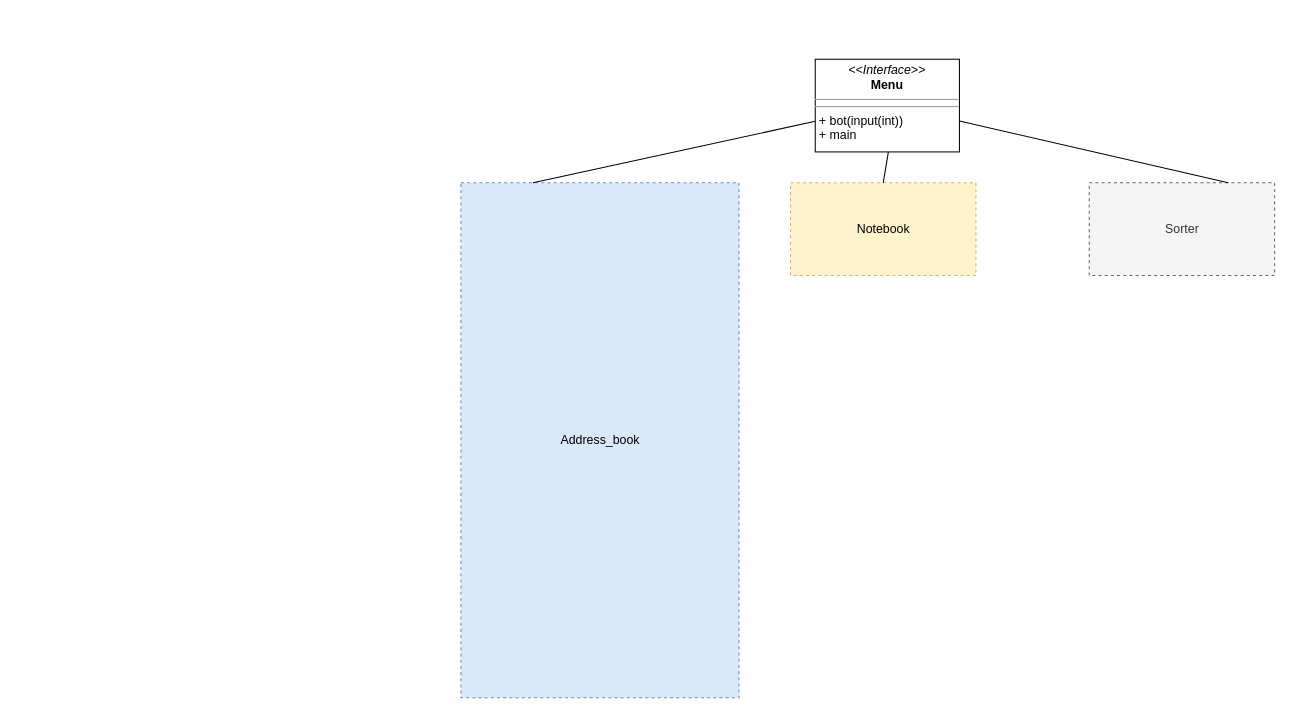
This is Диаграмма без названия.drawio from shevtania/Project, a draw.io file, before an edit. Source tidied: cells renumbered, new cells numbered last; positions are measured from the earlier drawing's top-left corner, leaving out a move shared by most shapes. Both pictures are drawn from the tidied source at 103%, with x=0, y=0 at pixel (460, 59).
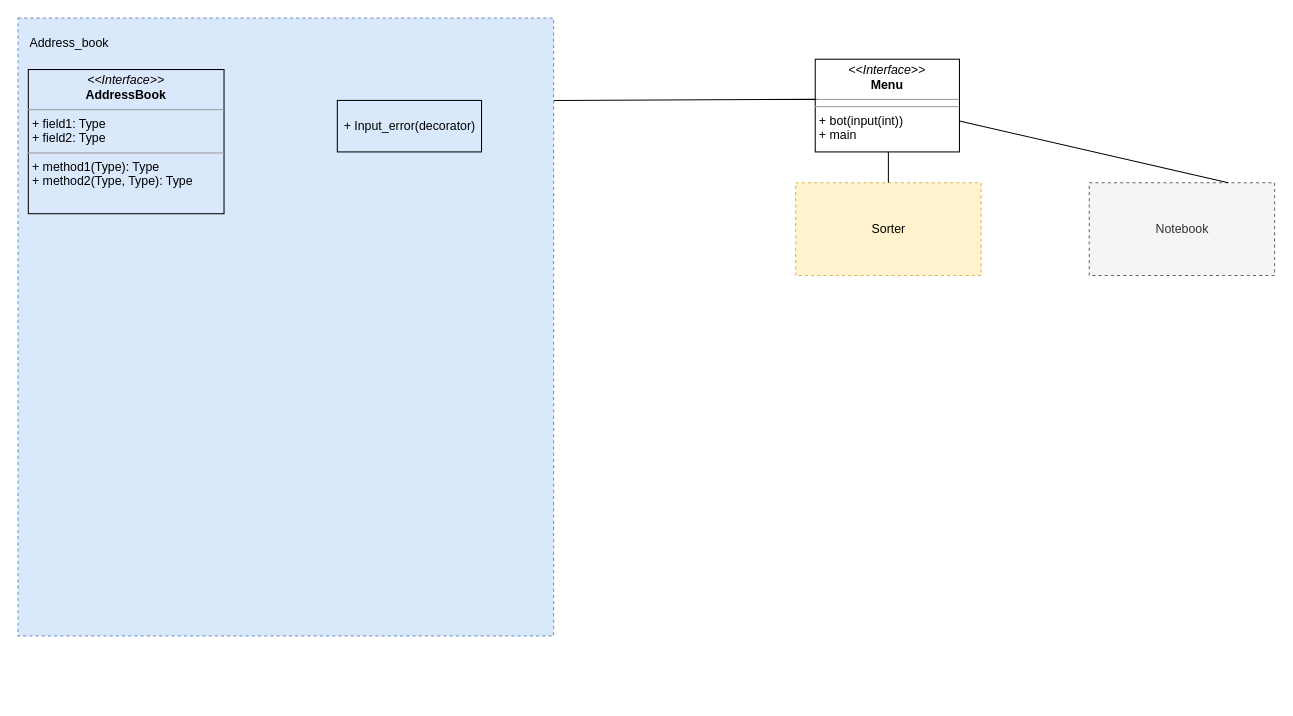
After the change.

The edit, as a diff of the source:
```diff
@@
 <mxGraphModel>
   <root>
     <mxCell id="0" />
     <mxCell id="1" parent="0" />
     <mxCell id="2" value="&lt;p style=&quot;margin:0px;margin-top:4px;text-align:center;&quot;&gt;&lt;i&gt;&amp;lt;&amp;lt;Interface&amp;gt;&amp;gt;&lt;/i&gt;&lt;br&gt;&lt;b&gt;Menu&lt;/b&gt;&lt;br&gt;&lt;/p&gt;&lt;hr size=&quot;1&quot;&gt;&lt;hr size=&quot;1&quot;&gt;&lt;p style=&quot;margin:0px;margin-left:4px;&quot;&gt;+ bot(input(int))&lt;br&gt;+ main&lt;br&gt;&lt;/p&gt;" style="verticalAlign=top;align=left;overflow=fill;fontSize=12;fontFamily=Helvetica;html=1;" parent="1" vertex="1">
       <mxGeometry x="344" width="140" height="90" as="geometry" />
     </mxCell>
-    <mxCell id="3" value="Address_book" style="html=1;dashed=1;fillColor=#dae8fc;strokeColor=#6c8ebf;" parent="1" vertex="1">
-      <mxGeometry y="120" width="270" height="500" as="geometry" />
-    </mxCell>
-    <mxCell id="4" value="Notebook" style="html=1;dashed=1;fillColor=#fff2cc;strokeColor=#d6b656;" parent="1" vertex="1">
-      <mxGeometry x="320" y="120" width="180" height="90" as="geometry" />
+    <mxCell id="4" value="Sorter" style="html=1;dashed=1;fillColor=#fff2cc;strokeColor=#d6b656;" parent="1" vertex="1">
+      <mxGeometry x="325" y="120" width="180" height="90" as="geometry" />
     </mxCell>
-    <mxCell id="5" value="Sorter" style="html=1;dashed=1;fillColor=#f5f5f5;fontColor=#333333;strokeColor=#666666;" parent="1" vertex="1">
+    <mxCell id="5" value="Notebook" style="html=1;dashed=1;fillColor=#f5f5f5;fontColor=#333333;strokeColor=#666666;" parent="1" vertex="1">
       <mxGeometry x="610" y="120" width="180" height="90" as="geometry" />
     </mxCell>
     <mxCell id="6" style="endArrow=none;html=1;rounded=0;exitX=0.5;exitY=0;exitDx=0;exitDy=0;" parent="1" edge="1" source="4">
       <mxGeometry relative="1" as="geometry">
         <mxPoint x="415" y="90" as="targetPoint" />
       </mxGeometry>
     </mxCell>
-    <mxCell id="7" style="endArrow=none;html=1;rounded=0;" parent="1" edge="1" target="2">
+    <mxCell id="7" style="endArrow=none;html=1;rounded=0;entryX=0.007;entryY=0.433;entryDx=0;entryDy=0;entryPerimeter=0;" parent="1" edge="1" target="2">
       <mxGeometry relative="1" as="geometry">
-        <mxPoint x="70" y="120" as="sourcePoint" />
+        <mxPoint x="90" y="40" as="sourcePoint" />
       </mxGeometry>
     </mxCell>
     <mxCell id="8" style="endArrow=none;html=1;rounded=0;entryX=0.75;entryY=0;entryDx=0;entryDy=0;" parent="1" edge="1" target="5">
       <mxGeometry relative="1" as="geometry">
         <mxPoint x="484" y="60" as="sourcePoint" />
       </mxGeometry>
     </mxCell>
+    <mxCell id="9" style="rounded=0;whiteSpace=wrap;html=1;dashed=1;fillColor=#dae8fc;strokeColor=#6c8ebf;" parent="1" vertex="1">
+      <mxGeometry x="-430" y="-40" width="520" height="600" as="geometry" />
+    </mxCell>
+    <mxCell id="3" value="Address_book" style="text;html=1;strokeColor=none;fillColor=none;align=center;verticalAlign=middle;whiteSpace=wrap;rounded=0;" parent="1" vertex="1">
+      <mxGeometry x="-410" y="-30" width="60" height="30" as="geometry" />
+    </mxCell>
+    <mxCell id="10" value="&lt;p style=&quot;margin:0px;margin-top:4px;text-align:center;&quot;&gt;&lt;i&gt;&amp;lt;&amp;lt;Interface&amp;gt;&amp;gt;&lt;/i&gt;&lt;br&gt;&lt;b&gt;AddressBook&lt;/b&gt;&lt;br&gt;&lt;/p&gt;&lt;hr size=&quot;1&quot;&gt;&lt;p style=&quot;margin:0px;margin-left:4px;&quot;&gt;+ field1: Type&lt;br&gt;+ field2: Type&lt;/p&gt;&lt;hr size=&quot;1&quot;&gt;&lt;p style=&quot;margin:0px;margin-left:4px;&quot;&gt;+ method1(Type): Type&lt;br&gt;+ method2(Type, Type): Type&lt;/p&gt;" style="verticalAlign=top;align=left;overflow=fill;fontSize=12;fontFamily=Helvetica;html=1;fillColor=none;" parent="1" vertex="1">
+      <mxGeometry x="-420" y="10" width="190" height="140" as="geometry" />
+    </mxCell>
+    <mxCell id="11" value="+ Input_error(decorator)" style="html=1;fillColor=none;" parent="1" vertex="1">
+      <mxGeometry x="-120" y="40" width="140" height="50" as="geometry" />
+    </mxCell>
   </root>
 </mxGraphModel>
```
